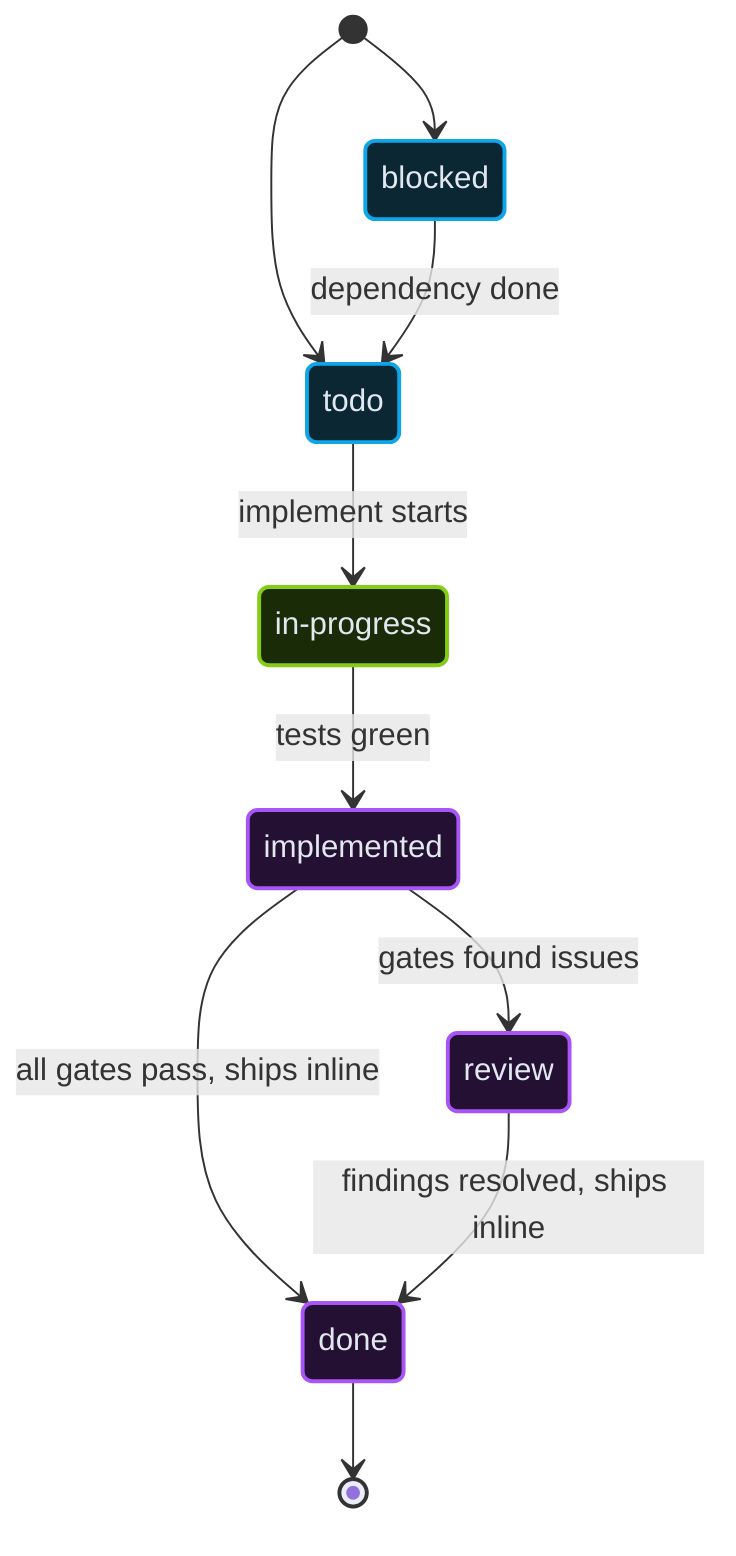
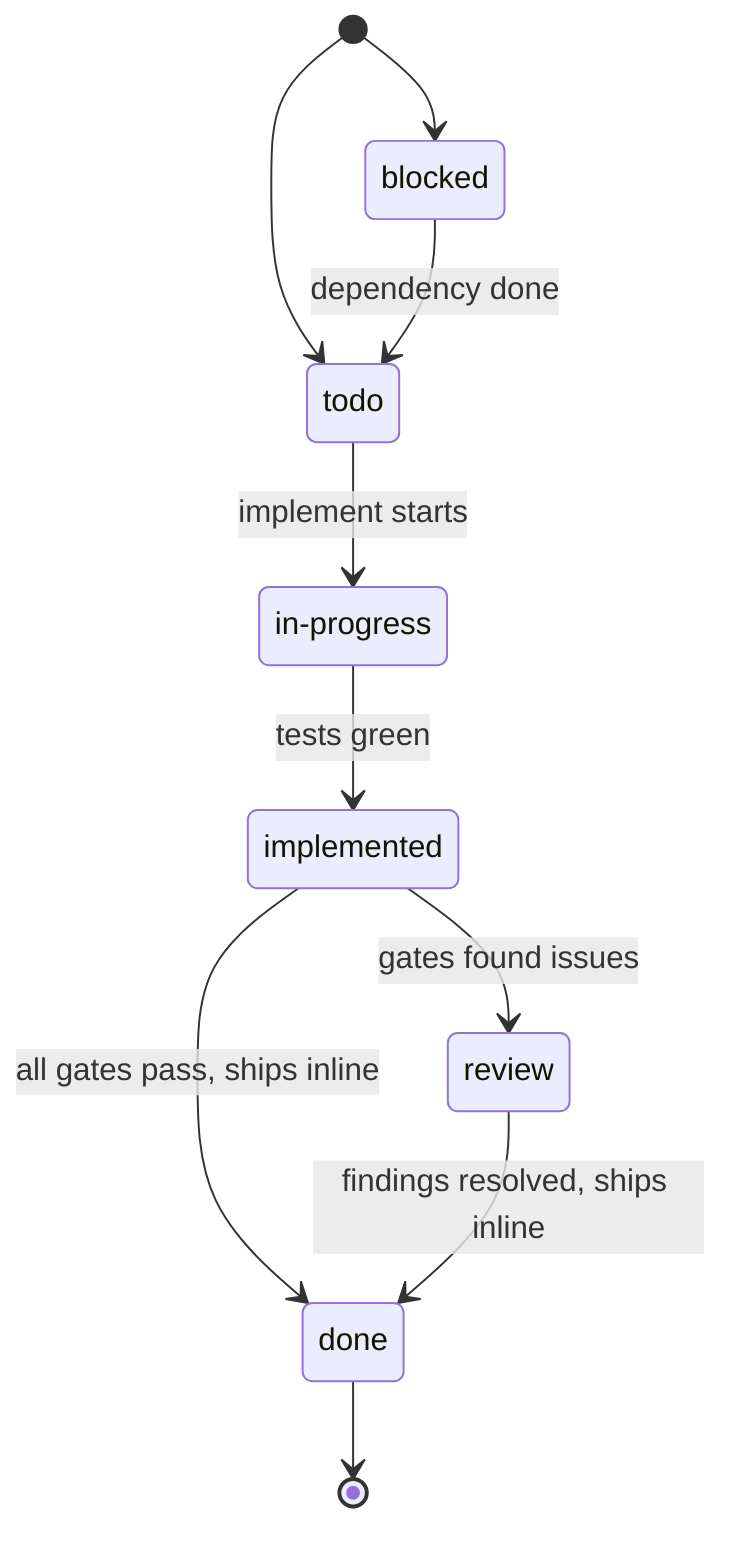
stateDiagram-v2
  direction TB
  state "in-progress" as in_progress
  [*] --> todo
  [*] --> blocked
  blocked --> todo: dependency done
  todo --> in_progress: implement starts
  in_progress --> implemented: tests green
  implemented --> review: gates found issues
  implemented --> done: all gates pass, ships inline
  review --> done: findings resolved, ships inline
  done --> [*]

-   classDef plan   fill:#0b2733,stroke:#0ea5e9,stroke-width:2px,color:#e2e8f0;
-   classDef build  fill:#1a2b08,stroke:#84cc16,stroke-width:2px,color:#e2e8f0;
-   classDef verify fill:#241033,stroke:#a855f7,stroke-width:2px,color:#e2e8f0;
+   %% Roles only. classDef colours are injected per theme by
+   %% scripts/prerender-mermaid.ts (the diagram presentation seam).
  class todo,blocked plan
  class in_progress build
  class implemented,review,done verify
